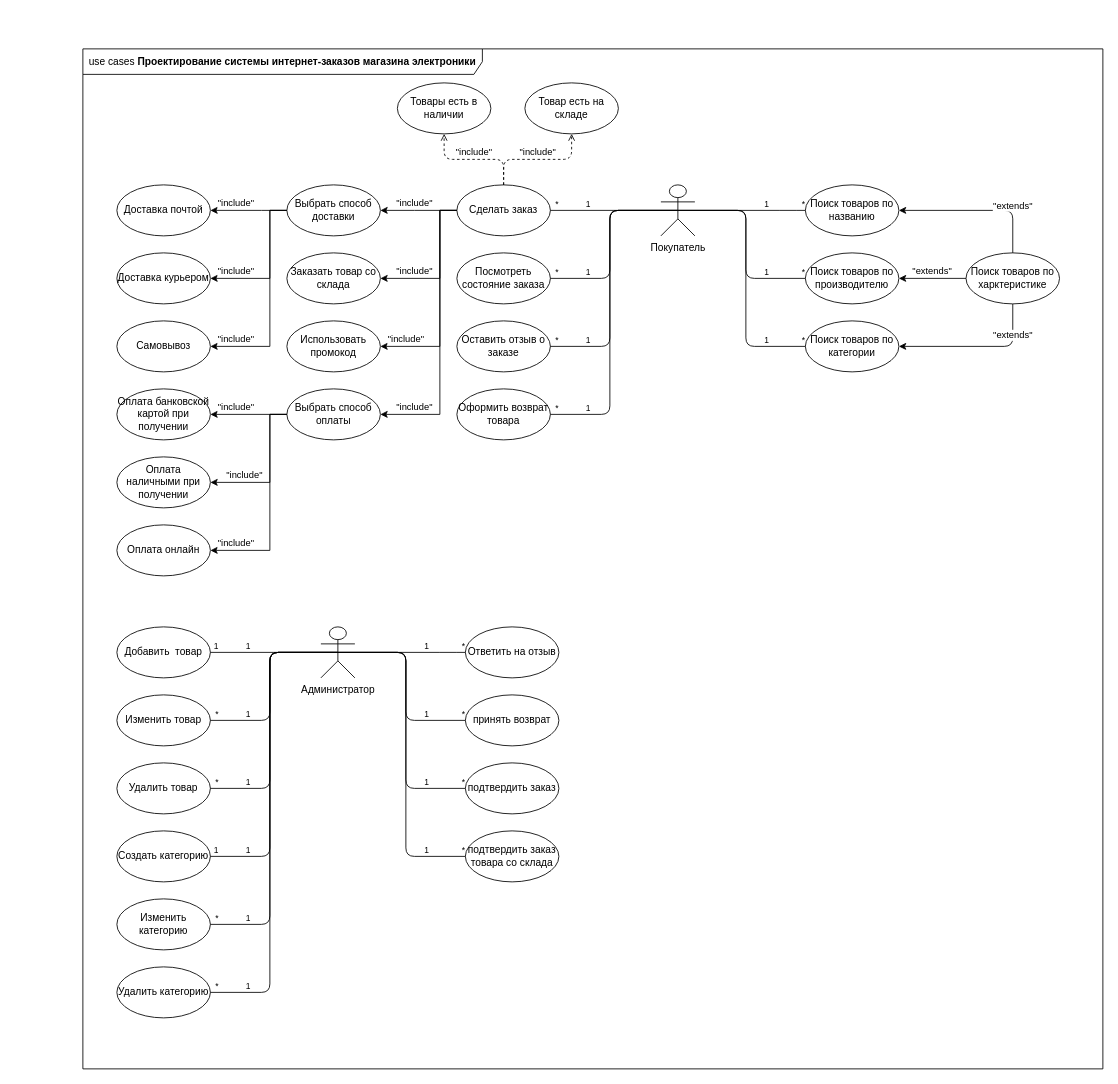
This is use_case.drawio from randomunrandom/MSS, a draw.io file, before an edit. Source tidied: cells renumbered, new cells numbered last; positions are measured from the earlier drawing's top-left corner, leaving out a move shared by most shapes. Both pictures are drawn from the tidied source at 85%, with x=0, y=0 at pixel (82, 48).
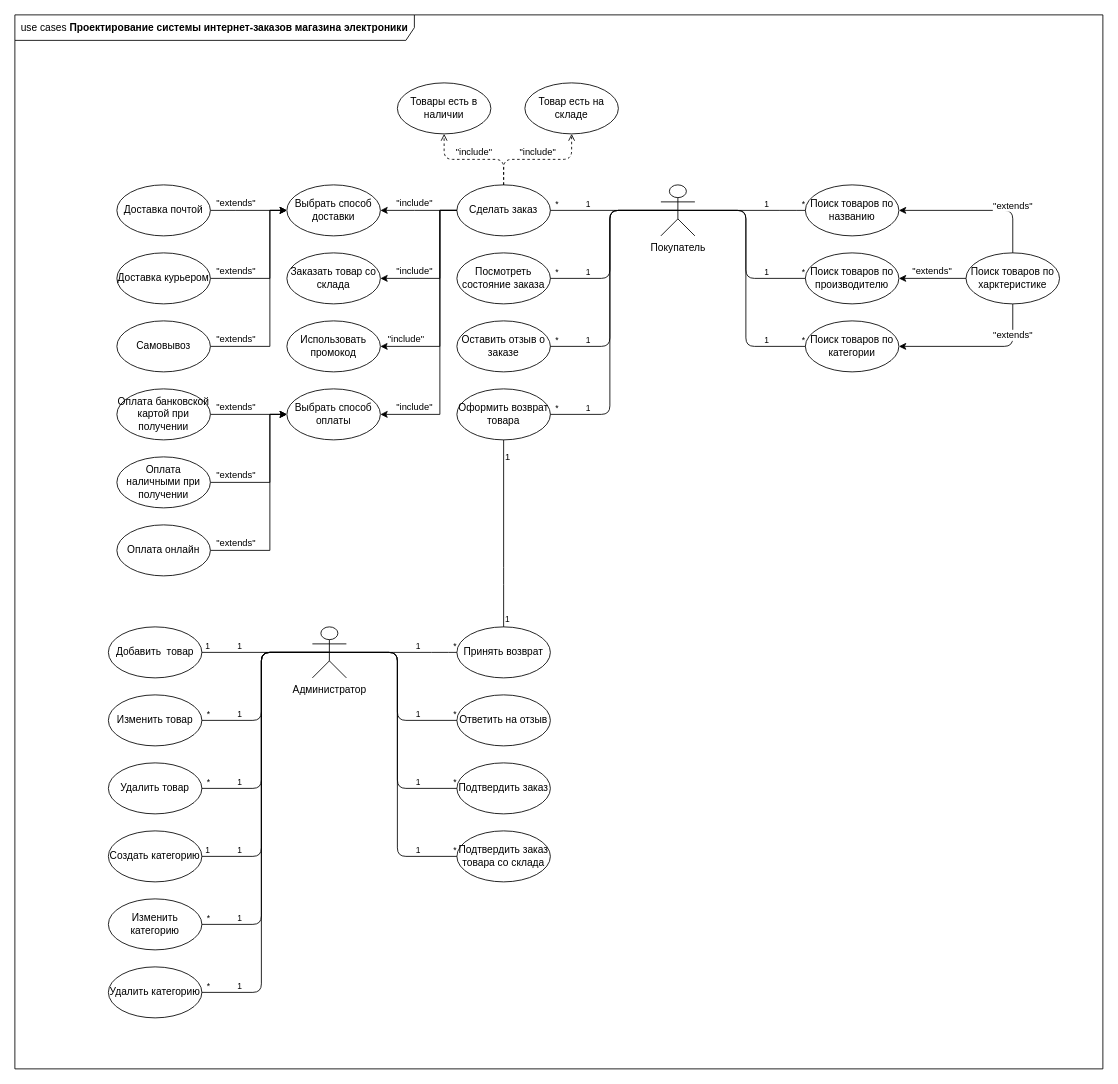
After the change.

The change refers to these unchanged cells:
```xml
<mxCell id="39" value="Выбрать способ доставки" style="ellipse;whiteSpace=wrap;html=1;fontFamily=Helvetica;fontSize=12;fontColor=#000000;align=center;strokeColor=#000000;fillColor=#ffffff;" parent="1" vertex="1">
  <mxGeometry x="240" y="160" width="110" height="60" as="geometry" />
</mxCell>
<mxCell id="40" value="Доставка почтой" style="ellipse;whiteSpace=wrap;html=1;fontFamily=Helvetica;fontSize=12;fontColor=#000000;align=center;strokeColor=#000000;fillColor=#ffffff;" parent="1" vertex="1">
  <mxGeometry x="40" y="160" width="110" height="60" as="geometry" />
</mxCell>
<mxCell id="42" value="Доставка курьером" style="ellipse;whiteSpace=wrap;html=1;fontFamily=Helvetica;fontSize=12;fontColor=#000000;align=center;strokeColor=#000000;fillColor=#ffffff;" parent="1" vertex="1">
  <mxGeometry x="40" y="240" width="110" height="60" as="geometry" />
</mxCell>
<mxCell id="44" value="Самовывоз" style="ellipse;whiteSpace=wrap;html=1;fontFamily=Helvetica;fontSize=12;fontColor=#000000;align=center;strokeColor=#000000;fillColor=#ffffff;" parent="1" vertex="1">
  <mxGeometry x="40" y="320" width="110" height="60" as="geometry" />
</mxCell>
<mxCell id="46" value="Выбрать способ оплаты" style="ellipse;whiteSpace=wrap;html=1;fontFamily=Helvetica;fontSize=12;fontColor=#000000;align=center;strokeColor=#000000;fillColor=#ffffff;" parent="1" vertex="1">
  <mxGeometry x="240" y="400" width="110" height="60" as="geometry" />
</mxCell>
<mxCell id="48" value="Оплата банковской картой при получении" style="ellipse;whiteSpace=wrap;html=1;fontFamily=Helvetica;fontSize=12;fontColor=#000000;align=center;strokeColor=#000000;fillColor=#ffffff;" parent="1" vertex="1">
  <mxGeometry x="40" y="400" width="110" height="60" as="geometry" />
</mxCell>
<mxCell id="50" value="Оплата онлайн" style="ellipse;whiteSpace=wrap;html=1;fontFamily=Helvetica;fontSize=12;fontColor=#000000;align=center;strokeColor=#000000;fillColor=#ffffff;" parent="1" vertex="1">
  <mxGeometry x="40" y="560" width="110" height="60" as="geometry" />
</mxCell>
<mxCell id="54" value="Оплата наличными при получении" style="ellipse;whiteSpace=wrap;html=1;fontFamily=Helvetica;fontSize=12;fontColor=#000000;align=center;strokeColor=#000000;fillColor=#ffffff;" parent="1" vertex="1">
  <mxGeometry x="40" y="480" width="110" height="60" as="geometry" />
</mxCell>
<mxCell id="55" value="Оформить возврат товара" style="ellipse;whiteSpace=wrap;html=1;fontFamily=Helvetica;fontSize=12;fontColor=#000000;align=center;strokeColor=#000000;fillColor=#ffffff;" parent="1" vertex="1">
  <mxGeometry x="440" y="400" width="110" height="60" as="geometry" />
</mxCell>
```

What changed in the source:
```diff
@@
     <mxCell id="2" value="use cases &lt;b&gt;Проектирование системы интернет-заказов магазина электроники&lt;/b&gt;" style="shape=umlFrame;whiteSpace=wrap;html=1;width=470;height=30;" parent="1" vertex="1">
-      <mxGeometry width="1200" height="1200" as="geometry" />
+      <mxGeometry x="-80" y="-40" width="1280" height="1240" as="geometry" />
     </mxCell>
@@
-    <mxCell id="38" value="&quot;include&quot;" style="edgeStyle=orthogonalEdgeStyle;rounded=0;jettySize=auto;html=1;align=center;entryX=1;entryY=0.5;entryDx=0;entryDy=0;verticalAlign=bottom;exitX=0;exitY=0.5;exitDx=0;exitDy=0;" parent="1" edge="1" source="39" target="40">
-      <mxGeometry x="0.33" relative="1" as="geometry">
+    <mxCell id="38" value="&quot;extends&quot;" style="edgeStyle=orthogonalEdgeStyle;rounded=0;jettySize=auto;html=1;align=center;entryX=0;entryY=0.5;entryDx=0;entryDy=0;verticalAlign=bottom;exitX=1;exitY=0.5;exitDx=0;exitDy=0;" parent="1" edge="1" source="40" target="39">
+      <mxGeometry x="0.33" y="-30" relative="1" as="geometry">
         <Array as="points">
-          <mxPoint x="210" y="190" />
-          <mxPoint x="210" y="190" />
+          <mxPoint x="180" y="190" />
+          <mxPoint x="180" y="190" />
         </Array>
+        <mxPoint x="-30" y="-30" as="offset" />
       </mxGeometry>
     </mxCell>
@@
-    <mxCell id="41" value="&quot;include&quot;" style="edgeStyle=orthogonalEdgeStyle;rounded=0;jettySize=auto;html=1;align=center;entryX=1;entryY=0.5;entryDx=0;entryDy=0;verticalAlign=bottom;exitX=0;exitY=0.5;exitDx=0;exitDy=0;" parent="1" edge="1" source="39" target="42">
-      <mxGeometry x="0.65" relative="1" as="geometry">
+    <mxCell id="41" value="&quot;extends&quot;" style="edgeStyle=orthogonalEdgeStyle;rounded=0;jettySize=auto;html=1;align=center;entryX=0;entryY=0.5;entryDx=0;entryDy=0;verticalAlign=bottom;exitX=1;exitY=0.5;exitDx=0;exitDy=0;" parent="1" edge="1" source="42" target="39">
+      <mxGeometry x="-0.65" relative="1" as="geometry">
         <Array as="points">
+          <mxPoint x="220" y="270" />
           <mxPoint x="220" y="190" />
-          <mxPoint x="220" y="270" />
         </Array>
       </mxGeometry>
     </mxCell>
@@
-    <mxCell id="43" value="&quot;include&quot;" style="edgeStyle=orthogonalEdgeStyle;rounded=0;jettySize=auto;html=1;align=center;entryX=1;entryY=0.5;entryDx=0;entryDy=0;verticalAlign=bottom;exitX=0;exitY=0.5;exitDx=0;exitDy=0;" parent="1" edge="1" source="39" target="44">
-      <mxGeometry x="0.76" relative="1" as="geometry">
+    <mxCell id="43" value="&quot;extends&quot;" style="edgeStyle=orthogonalEdgeStyle;rounded=0;jettySize=auto;html=1;align=center;entryX=0;entryY=0.5;entryDx=0;entryDy=0;verticalAlign=bottom;exitX=1;exitY=0.5;exitDx=0;exitDy=0;" parent="1" edge="1" source="44" target="39">
+      <mxGeometry x="-0.76" relative="1" as="geometry">
         <Array as="points">
+          <mxPoint x="220" y="350" />
           <mxPoint x="220" y="190" />
-          <mxPoint x="220" y="350" />
         </Array>
       </mxGeometry>
     </mxCell>
@@
-    <mxCell id="47" value="&quot;include&quot;" style="edgeStyle=orthogonalEdgeStyle;rounded=0;jettySize=auto;html=1;align=center;entryX=1;entryY=0.5;entryDx=0;entryDy=0;verticalAlign=bottom;exitX=0;exitY=0.5;exitDx=0;exitDy=0;" parent="1" edge="1" source="46" target="48">
-      <mxGeometry x="0.33" relative="1" as="geometry" />
+    <mxCell id="47" value="&quot;extends&quot;" style="edgeStyle=orthogonalEdgeStyle;rounded=0;jettySize=auto;html=1;align=center;entryX=0;entryY=0.5;entryDx=0;entryDy=0;verticalAlign=bottom;exitX=1;exitY=0.5;exitDx=0;exitDy=0;" parent="1" edge="1" source="48" target="46">
+      <mxGeometry x="-0.33" relative="1" as="geometry" />
     </mxCell>
@@
-    <mxCell id="49" value="&quot;include&quot;" style="edgeStyle=orthogonalEdgeStyle;rounded=0;jettySize=auto;html=1;align=center;entryX=1;entryY=0.5;entryDx=0;entryDy=0;verticalAlign=bottom;exitX=0;exitY=0.5;exitDx=0;exitDy=0;" parent="1" edge="1" source="46" target="50">
-      <mxGeometry x="0.76" relative="1" as="geometry">
+    <mxCell id="49" value="&quot;extends&quot;" style="edgeStyle=orthogonalEdgeStyle;rounded=0;jettySize=auto;html=1;align=center;entryX=0;entryY=0.5;entryDx=0;entryDy=0;verticalAlign=bottom;exitX=1;exitY=0.5;exitDx=0;exitDy=0;" parent="1" edge="1" source="50" target="46">
+      <mxGeometry x="-0.76" relative="1" as="geometry">
         <Array as="points">
+          <mxPoint x="220" y="590" />
           <mxPoint x="220" y="430" />
-          <mxPoint x="220" y="590" />
         </Array>
       </mxGeometry>
     </mxCell>
@@
-    <mxCell id="53" value="&quot;include&quot;" style="edgeStyle=orthogonalEdgeStyle;rounded=0;jettySize=auto;html=1;align=center;entryX=1;entryY=0.5;entryDx=0;entryDy=0;verticalAlign=bottom;exitX=0;exitY=0.5;exitDx=0;exitDy=0;" parent="1" edge="1" source="46" target="54">
-      <mxGeometry x="0.53" relative="1" as="geometry">
+    <mxCell id="53" value="&quot;extends&quot;" style="edgeStyle=orthogonalEdgeStyle;rounded=0;jettySize=auto;html=1;align=center;entryX=0;entryY=0.5;entryDx=0;entryDy=0;verticalAlign=bottom;exitX=1;exitY=0.5;exitDx=0;exitDy=0;" parent="1" edge="1" source="54" target="46">
+      <mxGeometry x="-0.65" relative="1" as="geometry">
         <Array as="points">
+          <mxPoint x="220" y="510" />
           <mxPoint x="220" y="430" />
-          <mxPoint x="220" y="510" />
         </Array>
       </mxGeometry>
     </mxCell>
@@
     <mxCell id="60" value="Администратор" style="shape=umlActor;verticalLabelPosition=bottom;labelBackgroundColor=#ffffff;verticalAlign=top;html=1;" parent="1" vertex="1">
-      <mxGeometry x="280" y="680" width="40" height="60" as="geometry" />
+      <mxGeometry x="270" y="680" width="40" height="60" as="geometry" />
     </mxCell>
     <mxCell id="61" value="Добавить&amp;nbsp; товар" style="ellipse;whiteSpace=wrap;html=1;fontFamily=Helvetica;fontSize=12;fontColor=#000000;align=center;strokeColor=#000000;fillColor=#ffffff;" parent="1" vertex="1">
-      <mxGeometry x="40" y="680" width="110" height="60" as="geometry" />
+      <mxGeometry x="30" y="680" width="110" height="60" as="geometry" />
     </mxCell>
@@
     <mxCell id="65" value="Изменить товар" style="ellipse;whiteSpace=wrap;html=1;fontFamily=Helvetica;fontSize=12;fontColor=#000000;align=center;strokeColor=#000000;fillColor=#ffffff;" parent="1" vertex="1">
-      <mxGeometry x="40" y="760" width="110" height="60" as="geometry" />
+      <mxGeometry x="30" y="760" width="110" height="60" as="geometry" />
     </mxCell>
     <mxCell id="66" style="endArrow=none;html=1;edgeStyle=orthogonalEdgeStyle;align=right;entryX=1;entryY=0.5;entryDx=0;entryDy=0;exitX=0.5;exitY=0.5;exitDx=0;exitDy=0;exitPerimeter=0;" parent="1" edge="1" source="60" target="65">
       <mxGeometry relative="1" as="geometry">
         <Array as="points">
-          <mxPoint x="220" y="710" />
-          <mxPoint x="220" y="790" />
+          <mxPoint x="210" y="710" />
+          <mxPoint x="210" y="790" />
         </Array>
       </mxGeometry>
     </mxCell>
@@
     <mxCell id="69" value="&lt;div&gt;Удалить товар&lt;/div&gt;" style="ellipse;whiteSpace=wrap;html=1;fontFamily=Helvetica;fontSize=12;fontColor=#000000;align=center;strokeColor=#000000;fillColor=#ffffff;" parent="1" vertex="1">
-      <mxGeometry x="40" y="840" width="110" height="60" as="geometry" />
+      <mxGeometry x="30" y="840" width="110" height="60" as="geometry" />
     </mxCell>
     <mxCell id="70" style="endArrow=none;html=1;edgeStyle=orthogonalEdgeStyle;align=right;exitX=0.5;exitY=0.5;exitDx=0;exitDy=0;exitPerimeter=0;entryX=1;entryY=0.5;entryDx=0;entryDy=0;" parent="1" edge="1" source="60" target="69">
       <mxGeometry relative="1" as="geometry">
         <Array as="points">
-          <mxPoint x="220" y="710" />
-          <mxPoint x="220" y="870" />
+          <mxPoint x="210" y="710" />
+          <mxPoint x="210" y="870" />
         </Array>
       </mxGeometry>
     </mxCell>
@@
-    <mxCell id="73" value="Ответить на отзыв" style="ellipse;whiteSpace=wrap;html=1;fontFamily=Helvetica;fontSize=12;fontColor=#000000;align=center;strokeColor=#000000;fillColor=#ffffff;" parent="1" vertex="1">
-      <mxGeometry x="450" y="680" width="110" height="60" as="geometry" />
+    <mxCell id="73" value="Принять возврат" style="ellipse;whiteSpace=wrap;html=1;fontFamily=Helvetica;fontSize=12;fontColor=#000000;align=center;strokeColor=#000000;fillColor=#ffffff;" parent="1" vertex="1">
+      <mxGeometry x="440" y="680" width="110" height="60" as="geometry" />
     </mxCell>
     <mxCell id="74" style="endArrow=none;html=1;edgeStyle=orthogonalEdgeStyle;align=right;exitX=0.5;exitY=0.5;exitDx=0;exitDy=0;exitPerimeter=0;entryX=0;entryY=0.5;entryDx=0;entryDy=0;" parent="1" edge="1" source="60" target="73">
       <mxGeometry relative="1" as="geometry">
         <Array as="points">
-          <mxPoint x="430" y="710" />
-          <mxPoint x="430" y="710" />
+          <mxPoint x="420" y="710" />
+          <mxPoint x="420" y="710" />
         </Array>
       </mxGeometry>
     </mxCell>
@@
-    <mxCell id="77" value="принять возврат" style="ellipse;whiteSpace=wrap;html=1;fontFamily=Helvetica;fontSize=12;fontColor=#000000;align=center;strokeColor=#000000;fillColor=#ffffff;" parent="1" vertex="1">
-      <mxGeometry x="450" y="760" width="110" height="60" as="geometry" />
+    <mxCell id="77" value="Ответить на отзыв" style="ellipse;whiteSpace=wrap;html=1;fontFamily=Helvetica;fontSize=12;fontColor=#000000;align=center;strokeColor=#000000;fillColor=#ffffff;" parent="1" vertex="1">
+      <mxGeometry x="440" y="760" width="110" height="60" as="geometry" />
     </mxCell>
     <mxCell id="78" style="endArrow=none;html=1;edgeStyle=orthogonalEdgeStyle;align=right;exitX=0.5;exitY=0.5;exitDx=0;exitDy=0;exitPerimeter=0;entryX=0;entryY=0.5;entryDx=0;entryDy=0;" parent="1" edge="1" source="60" target="77">
       <mxGeometry relative="1" as="geometry">
         <Array as="points">
-          <mxPoint x="380" y="710" />
-          <mxPoint x="380" y="790" />
+          <mxPoint x="370" y="710" />
+          <mxPoint x="370" y="790" />
         </Array>
       </mxGeometry>
     </mxCell>
@@
-    <mxCell id="81" value="подтвердить заказ" style="ellipse;whiteSpace=wrap;html=1;fontFamily=Helvetica;fontSize=12;fontColor=#000000;align=center;strokeColor=#000000;fillColor=#ffffff;" parent="1" vertex="1">
-      <mxGeometry x="450" y="840" width="110" height="60" as="geometry" />
+    <mxCell id="81" value="Подтвердить заказ" style="ellipse;whiteSpace=wrap;html=1;fontFamily=Helvetica;fontSize=12;fontColor=#000000;align=center;strokeColor=#000000;fillColor=#ffffff;" parent="1" vertex="1">
+      <mxGeometry x="440" y="840" width="110" height="60" as="geometry" />
     </mxCell>
     <mxCell id="82" style="endArrow=none;html=1;edgeStyle=orthogonalEdgeStyle;align=right;exitX=0.5;exitY=0.5;exitDx=0;exitDy=0;exitPerimeter=0;entryX=0;entryY=0.5;entryDx=0;entryDy=0;" parent="1" edge="1" source="60" target="81">
       <mxGeometry relative="1" as="geometry">
         <Array as="points">
-          <mxPoint x="380" y="710" />
-          <mxPoint x="380" y="870" />
+          <mxPoint x="370" y="710" />
+          <mxPoint x="370" y="870" />
         </Array>
       </mxGeometry>
     </mxCell>
@@
     <mxCell id="85" value="Создать категорию" style="ellipse;whiteSpace=wrap;html=1;fontFamily=Helvetica;fontSize=12;fontColor=#000000;align=center;strokeColor=#000000;fillColor=#ffffff;" parent="1" vertex="1">
-      <mxGeometry x="40" y="920" width="110" height="60" as="geometry" />
+      <mxGeometry x="30" y="920" width="110" height="60" as="geometry" />
     </mxCell>
     <mxCell id="86" style="endArrow=none;html=1;edgeStyle=orthogonalEdgeStyle;align=right;exitX=0.5;exitY=0.5;exitDx=0;exitDy=0;exitPerimeter=0;entryX=1;entryY=0.5;entryDx=0;entryDy=0;" parent="1" edge="1" source="60" target="85">
       <mxGeometry relative="1" as="geometry">
         <Array as="points">
-          <mxPoint x="220" y="710" />
-          <mxPoint x="220" y="950" />
+          <mxPoint x="210" y="710" />
+          <mxPoint x="210" y="950" />
         </Array>
       </mxGeometry>
     </mxCell>
@@
     <mxCell id="89" value="Изменить категорию" style="ellipse;whiteSpace=wrap;html=1;fontFamily=Helvetica;fontSize=12;fontColor=#000000;align=center;strokeColor=#000000;fillColor=#ffffff;" parent="1" vertex="1">
-      <mxGeometry x="40" y="1000" width="110" height="60" as="geometry" />
+      <mxGeometry x="30" y="1000" width="110" height="60" as="geometry" />
     </mxCell>
     <mxCell id="90" style="endArrow=none;html=1;edgeStyle=orthogonalEdgeStyle;align=right;entryX=1;entryY=0.5;entryDx=0;entryDy=0;exitX=0.5;exitY=0.5;exitDx=0;exitDy=0;exitPerimeter=0;" parent="1" edge="1" source="60" target="89">
       <mxGeometry relative="1" as="geometry">
         <Array as="points">
-          <mxPoint x="220" y="710" />
-          <mxPoint x="220" y="1030" />
+          <mxPoint x="210" y="710" />
+          <mxPoint x="210" y="1030" />
         </Array>
       </mxGeometry>
     </mxCell>
@@
     <mxCell id="93" value="Удалить категорию" style="ellipse;whiteSpace=wrap;html=1;fontFamily=Helvetica;fontSize=12;fontColor=#000000;align=center;strokeColor=#000000;fillColor=#ffffff;" parent="1" vertex="1">
-      <mxGeometry x="40" y="1080" width="110" height="60" as="geometry" />
+      <mxGeometry x="30" y="1080" width="110" height="60" as="geometry" />
     </mxCell>
     <mxCell id="94" style="endArrow=none;html=1;edgeStyle=orthogonalEdgeStyle;align=right;entryX=1;entryY=0.5;entryDx=0;entryDy=0;exitX=0.5;exitY=0.5;exitDx=0;exitDy=0;exitPerimeter=0;" parent="1" edge="1" source="60" target="93">
       <mxGeometry relative="1" as="geometry">
         <Array as="points">
-          <mxPoint x="220" y="710" />
-          <mxPoint x="220" y="1110" />
+          <mxPoint x="210" y="710" />
+          <mxPoint x="210" y="1110" />
         </Array>
       </mxGeometry>
     </mxCell>
@@
-    <mxCell id="97" value="подтвердить заказ товара со склада" style="ellipse;whiteSpace=wrap;html=1;fontFamily=Helvetica;fontSize=12;fontColor=#000000;align=center;strokeColor=#000000;fillColor=#ffffff;" parent="1" vertex="1">
-      <mxGeometry x="450" y="920" width="110" height="60" as="geometry" />
+    <mxCell id="97" value="Подтвердить заказ товара со склада" style="ellipse;whiteSpace=wrap;html=1;fontFamily=Helvetica;fontSize=12;fontColor=#000000;align=center;strokeColor=#000000;fillColor=#ffffff;" parent="1" vertex="1">
+      <mxGeometry x="440" y="920" width="110" height="60" as="geometry" />
     </mxCell>
     <mxCell id="98" style="endArrow=none;html=1;edgeStyle=orthogonalEdgeStyle;align=right;entryX=0;entryY=0.5;entryDx=0;entryDy=0;exitX=0.5;exitY=0.5;exitDx=0;exitDy=0;exitPerimeter=0;" parent="1" edge="1" source="60" target="97">
       <mxGeometry relative="1" as="geometry">
         <Array as="points">
-          <mxPoint x="380" y="710" />
-          <mxPoint x="380" y="950" />
+          <mxPoint x="370" y="710" />
+          <mxPoint x="370" y="950" />
         </Array>
       </mxGeometry>
     </mxCell>
@@
+    <mxCell id="101" value="1" style="endArrow=none;html=1;edgeStyle=orthogonalEdgeStyle;align=left;exitX=0.5;exitY=0;exitDx=0;exitDy=0;" parent="1" edge="1" source="73" target="55">
+      <mxGeometry x="0.82" relative="1" as="geometry">
+        <Array as="points">
+          <mxPoint x="495" y="620" />
+          <mxPoint x="495" y="620" />
+        </Array>
+      </mxGeometry>
+    </mxCell>
+    <mxCell id="102" value="1" style="html=1;align=left;verticalAlign=middle;labelBackgroundColor=#ffffff;fontSize=10;" parent="101" vertex="1">
+      <mxGeometry x="-1" relative="1" as="geometry">
+        <mxPoint y="-10" as="offset" />
+      </mxGeometry>
+    </mxCell>
```
